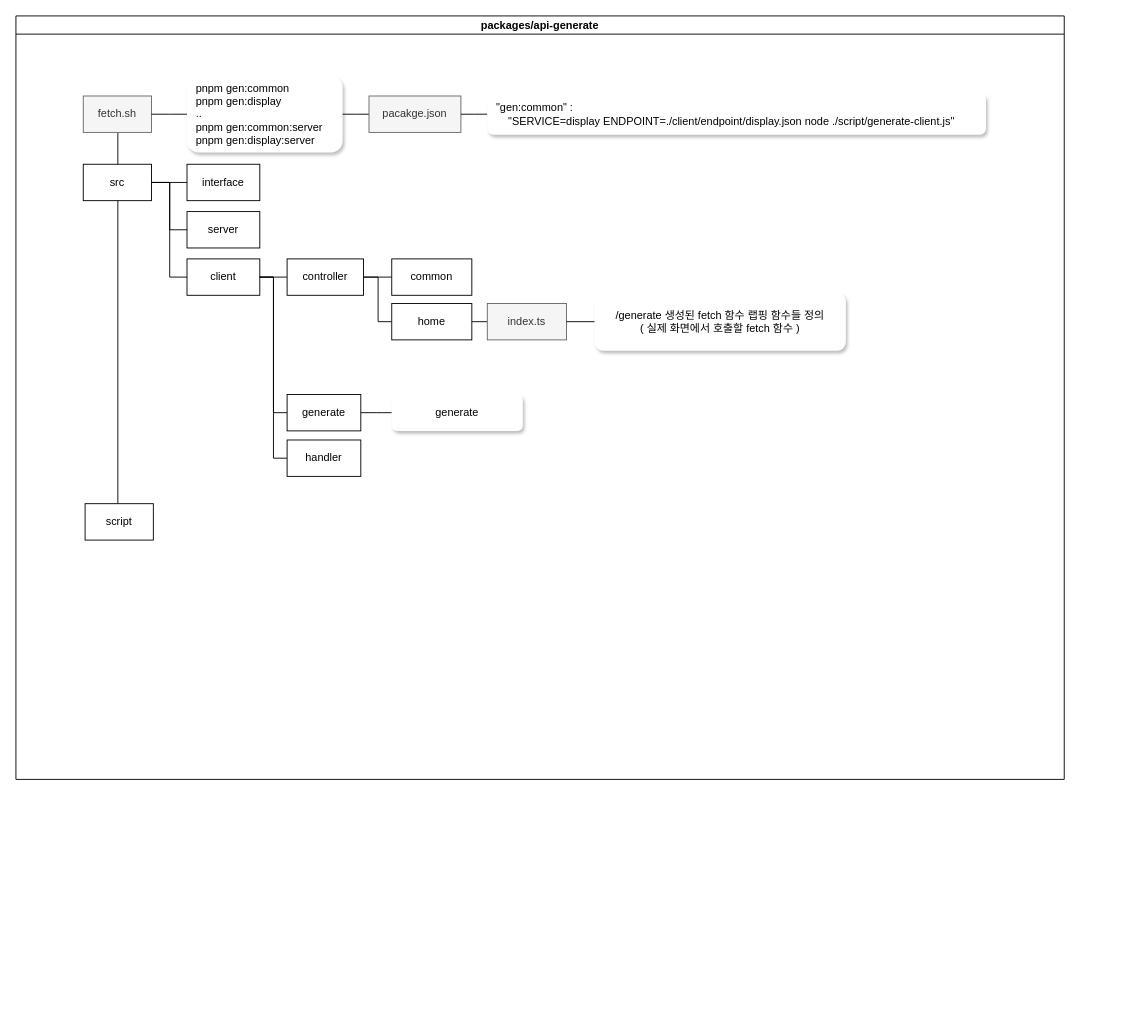
wddo/drawio keeps this draw.io diagram as openapi-generator-cli.drawio. Above is the earlier version. Source tidied: cells renumbered, new cells numbered last; positions are measured from the earlier drawing's top-left corner, leaving out a move shared by most shapes. Both pictures are drawn from the tidied source at 91%, with x=0, y=0 at pixel (15, 15).
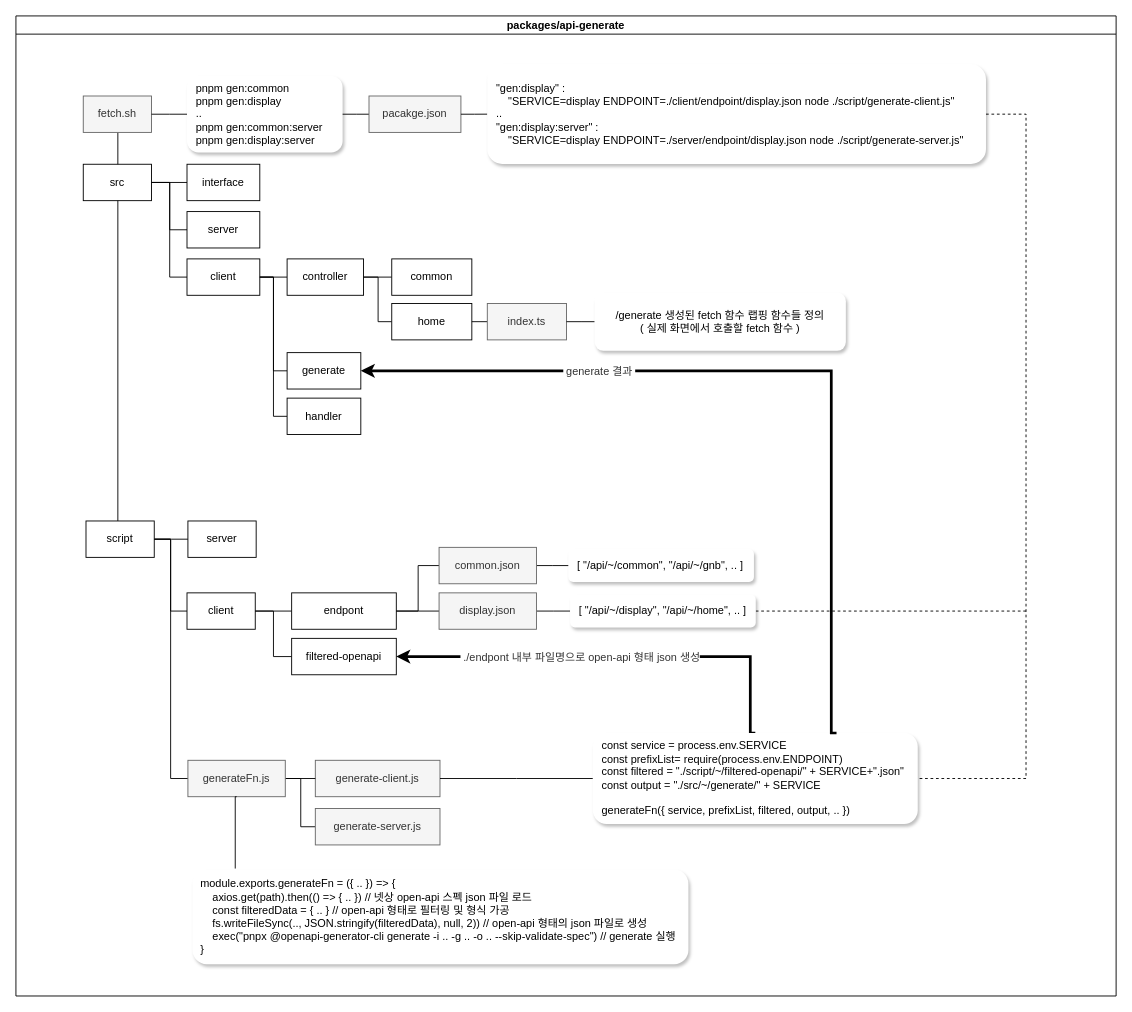
The same page after the edit.

The edit, as a diff of the source:
```diff
@@
-    <mxCell id="2" value="packages/api-generate" style="swimlane;startSize=20;horizontal=1;containerType=tree;" parent="1" vertex="1">
-      <mxGeometry width="1152" height="839" as="geometry" />
+    <mxCell id="2" value="packages/api-generate" style="swimlane;startSize=20;horizontal=1;containerType=tree;align=center;" parent="1" vertex="1">
+      <mxGeometry width="1209" height="1077" as="geometry" />
     </mxCell>
@@
     <mxCell id="13" value="generate" style="whiteSpace=wrap;html=1;newEdgeStyle={&quot;edgeStyle&quot;:&quot;elbowEdgeStyle&quot;,&quot;startArrow&quot;:&quot;none&quot;,&quot;endArrow&quot;:&quot;none&quot;};" parent="2" vertex="1">
-      <mxGeometry x="298" y="416" width="81" height="40" as="geometry" />
+      <mxGeometry x="298" y="370" width="81" height="40" as="geometry" />
     </mxCell>
@@
     <mxCell id="15" value="handler" style="whiteSpace=wrap;html=1;newEdgeStyle={&quot;edgeStyle&quot;:&quot;elbowEdgeStyle&quot;,&quot;startArrow&quot;:&quot;none&quot;,&quot;endArrow&quot;:&quot;none&quot;};" parent="2" vertex="1">
-      <mxGeometry x="298" y="466" width="81" height="40" as="geometry" />
+      <mxGeometry x="298" y="420" width="81" height="40" as="geometry" />
     </mxCell>
@@
-    <mxCell id="24" style="edgeStyle=elbowEdgeStyle;rounded=0;jettySize=auto;html=1;elbow=horizontal;startArrow=none;endArrow=none;" parent="2" edge="1" source="13" target="25">
-      <mxGeometry relative="1" as="geometry" />
-    </mxCell>
-    <mxCell id="25" value="generate" style="whiteSpace=wrap;html=1;newEdgeStyle={&quot;edgeStyle&quot;:&quot;elbowEdgeStyle&quot;,&quot;startArrow&quot;:&quot;none&quot;,&quot;endArrow&quot;:&quot;none&quot;};align=center;verticalAlign=middle;shadow=1;strokeColor=none;labelBorderColor=none;rounded=1;glass=0;" parent="2" vertex="1">
-      <mxGeometry x="413" y="416" width="144" height="40" as="geometry" />
-    </mxCell>
@@
+    <mxCell id="36" style="edgeStyle=elbowEdgeStyle;rounded=0;jettySize=auto;html=1;startArrow=none;endArrow=none;fontFamily=Helvetica;fontSize=12;fontColor=#333333;dashed=1;entryX=1;entryY=0.5;entryDx=0;entryDy=0;" parent="2" edge="1" source="33" target="65">
+      <mxGeometry relative="1" as="geometry">
+        <Array as="points">
+          <mxPoint x="1110" y="486" />
+        </Array>
+      </mxGeometry>
+    </mxCell>
-    <mxCell id="33" value="&quot;gen:common&quot; :&lt;div&gt;&amp;nbsp; &amp;nbsp; &quot;SERVICE=display ENDPOINT=./client/endpoint/display.json&amp;nbsp;&lt;span style=&quot;background-color: transparent; color: light-dark(rgb(0, 0, 0), rgb(255, 255, 255));&quot;&gt;node ./script/generate-client.js&quot;&lt;/span&gt;&lt;/div&gt;" style="whiteSpace=wrap;html=1;newEdgeStyle={&quot;edgeStyle&quot;:&quot;elbowEdgeStyle&quot;,&quot;startArrow&quot;:&quot;none&quot;,&quot;endArrow&quot;:&quot;none&quot;};align=left;verticalAlign=middle;shadow=1;strokeColor=none;labelBorderColor=none;rounded=1;glass=0;spacing=10;" parent="2" vertex="1">
-      <mxGeometry x="518" y="85.5" width="548" height="45" as="geometry" />
+    <mxCell id="33" value="&quot;gen:display&quot; :&lt;div&gt;&amp;nbsp; &amp;nbsp; &quot;SERVICE=display ENDPOINT=./client/endpoint/display.json&amp;nbsp;&lt;span style=&quot;background-color: transparent; color: light-dark(rgb(0, 0, 0), rgb(255, 255, 255));&quot;&gt;node ./script/generate-client.js&quot;&lt;/span&gt;&lt;/div&gt;&lt;div&gt;&lt;span style=&quot;background-color: transparent; color: light-dark(rgb(0, 0, 0), rgb(255, 255, 255));&quot;&gt;..&lt;/span&gt;&lt;/div&gt;&lt;div&gt;&quot;gen:display:server&quot; :&lt;div&gt;&amp;nbsp; &amp;nbsp; &quot;SERVICE=display ENDPOINT=./server/endpoint/display.json&amp;nbsp;&lt;span style=&quot;background-color: transparent; color: light-dark(rgb(0, 0, 0), rgb(255, 255, 255));&quot;&gt;node ./script/generate-server.js&quot;&lt;/span&gt;&lt;/div&gt;&lt;/div&gt;" style="whiteSpace=wrap;html=1;newEdgeStyle={&quot;edgeStyle&quot;:&quot;elbowEdgeStyle&quot;,&quot;startArrow&quot;:&quot;none&quot;,&quot;endArrow&quot;:&quot;none&quot;};align=left;verticalAlign=middle;shadow=1;strokeColor=none;labelBorderColor=none;rounded=1;glass=0;spacing=10;" parent="2" vertex="1">
+      <mxGeometry x="518" y="53.2" width="548" height="109.5" as="geometry" />
     </mxCell>
@@
+    <mxCell id="37" style="edgeStyle=elbowEdgeStyle;rounded=0;jettySize=auto;html=1;startArrow=none;endArrow=none;entryX=0;entryY=0.5;entryDx=0;entryDy=0;fontFamily=Helvetica;fontSize=12;fontColor=#333333;" parent="2" edge="1" source="35" target="50">
+      <mxGeometry relative="1" as="geometry">
+        <Array as="points">
+          <mxPoint x="170" y="643" />
+        </Array>
+      </mxGeometry>
+    </mxCell>
     <mxCell id="35" value="script" style="whiteSpace=wrap;html=1;newEdgeStyle={&quot;edgeStyle&quot;:&quot;elbowEdgeStyle&quot;,&quot;startArrow&quot;:&quot;none&quot;,&quot;endArrow&quot;:&quot;none&quot;};" parent="2" vertex="1">
-      <mxGeometry x="76" y="536" width="75" height="40" as="geometry" />
+      <mxGeometry x="77" y="555" width="75" height="40" as="geometry" />
     </mxCell>
+    <mxCell id="38" style="edgeStyle=elbowEdgeStyle;rounded=0;jettySize=auto;html=1;elbow=horizontal;startArrow=none;endArrow=none;" parent="2" edge="1" source="35" target="39">
+      <mxGeometry relative="1" as="geometry" />
+    </mxCell>
+    <mxCell id="39" value="server" style="whiteSpace=wrap;html=1;newEdgeStyle={&quot;edgeStyle&quot;:&quot;elbowEdgeStyle&quot;,&quot;startArrow&quot;:&quot;none&quot;,&quot;endArrow&quot;:&quot;none&quot;};fillStyle=hatch;" parent="2" vertex="1">
+      <mxGeometry x="189" y="555" width="75" height="40" as="geometry" />
+    </mxCell>
+    <mxCell id="40" style="edgeStyle=elbowEdgeStyle;rounded=0;jettySize=auto;html=1;elbow=horizontal;startArrow=none;endArrow=none;" parent="2" edge="1" source="35" target="41">
+      <mxGeometry relative="1" as="geometry" />
+    </mxCell>
+    <mxCell id="41" value="client" style="whiteSpace=wrap;html=1;newEdgeStyle={&quot;edgeStyle&quot;:&quot;elbowEdgeStyle&quot;,&quot;startArrow&quot;:&quot;none&quot;,&quot;endArrow&quot;:&quot;none&quot;};" parent="2" vertex="1">
+      <mxGeometry x="188" y="634" width="75" height="40" as="geometry" />
+    </mxCell>
+    <mxCell id="42" style="edgeStyle=elbowEdgeStyle;rounded=0;jettySize=auto;html=1;elbow=horizontal;startArrow=none;endArrow=none;" parent="2" edge="1" source="41" target="43">
+      <mxGeometry relative="1" as="geometry" />
+    </mxCell>
+    <mxCell id="43" value="endpont" style="whiteSpace=wrap;html=1;newEdgeStyle={&quot;edgeStyle&quot;:&quot;elbowEdgeStyle&quot;,&quot;startArrow&quot;:&quot;none&quot;,&quot;endArrow&quot;:&quot;none&quot;};" parent="2" vertex="1">
+      <mxGeometry x="303" y="634" width="115" height="40" as="geometry" />
+    </mxCell>
+    <mxCell id="44" style="edgeStyle=elbowEdgeStyle;rounded=0;jettySize=auto;html=1;elbow=horizontal;startArrow=none;endArrow=none;" parent="2" edge="1" source="41" target="45">
+      <mxGeometry relative="1" as="geometry" />
+    </mxCell>
+    <mxCell id="45" value="filtered-openapi" style="whiteSpace=wrap;html=1;newEdgeStyle={&quot;edgeStyle&quot;:&quot;elbowEdgeStyle&quot;,&quot;startArrow&quot;:&quot;none&quot;,&quot;endArrow&quot;:&quot;none&quot;};" parent="2" vertex="1">
+      <mxGeometry x="303" y="684" width="115" height="40" as="geometry" />
+    </mxCell>
+    <mxCell id="46" value="generate-client.js" style="whiteSpace=wrap;html=1;newEdgeStyle={&quot;edgeStyle&quot;:&quot;elbowEdgeStyle&quot;,&quot;startArrow&quot;:&quot;none&quot;,&quot;endArrow&quot;:&quot;none&quot;};fillColor=#f5f5f5;fontColor=#333333;strokeColor=#666666;" parent="2" vertex="1">
+      <mxGeometry x="329" y="818" width="137" height="40" as="geometry" />
+    </mxCell>
+    <mxCell id="47" style="edgeStyle=elbowEdgeStyle;rounded=0;jettySize=auto;html=1;startArrow=none;endArrow=none;exitX=0;exitY=0.5;exitDx=0;exitDy=0;entryX=1;entryY=0.5;entryDx=0;entryDy=0;fontFamily=Helvetica;fontSize=12;fontColor=#333333;" parent="2" edge="1" source="48" target="50">
+      <mxGeometry relative="1" as="geometry" />
+    </mxCell>
+    <mxCell id="48" value="generate-server.js" style="whiteSpace=wrap;html=1;newEdgeStyle={&quot;edgeStyle&quot;:&quot;elbowEdgeStyle&quot;,&quot;startArrow&quot;:&quot;none&quot;,&quot;endArrow&quot;:&quot;none&quot;};fillColor=#f5f5f5;fontColor=#333333;strokeColor=#666666;" parent="2" vertex="1">
+      <mxGeometry x="329" y="871" width="137" height="40" as="geometry" />
+    </mxCell>
+    <mxCell id="49" style="edgeStyle=elbowEdgeStyle;rounded=0;jettySize=auto;html=1;startArrow=none;endArrow=none;entryX=0;entryY=0.5;entryDx=0;entryDy=0;fontFamily=Helvetica;fontSize=12;fontColor=#333333;" parent="2" edge="1" source="50" target="46">
+      <mxGeometry relative="1" as="geometry" />
+    </mxCell>
+    <mxCell id="50" value="generateFn.js" style="whiteSpace=wrap;html=1;newEdgeStyle={&quot;edgeStyle&quot;:&quot;elbowEdgeStyle&quot;,&quot;startArrow&quot;:&quot;none&quot;,&quot;endArrow&quot;:&quot;none&quot;};fillColor=#f5f5f5;fontColor=#333333;strokeColor=#666666;" parent="2" vertex="1">
+      <mxGeometry x="189" y="818" width="107" height="40" as="geometry" />
+    </mxCell>
+    <mxCell id="51" value="&lt;div style=&quot;&quot;&gt;&lt;span style=&quot;background-color: transparent; color: light-dark(rgb(0, 0, 0), rgb(255, 255, 255));&quot;&gt;module.exports.generateFn = ({ .. }) =&amp;gt; {&lt;/span&gt;&lt;/div&gt;&lt;div style=&quot;&quot;&gt;&lt;span style=&quot;background-color: transparent; color: light-dark(rgb(0, 0, 0), rgb(255, 255, 255));&quot;&gt;&amp;nbsp; &amp;nbsp; axios.get(path).then(() =&amp;gt; { .. }) // 넷상 open-api 스펙 json 파일 로드&lt;/span&gt;&lt;/div&gt;&lt;div style=&quot;&quot;&gt;&lt;span style=&quot;background-color: transparent; color: light-dark(rgb(0, 0, 0), rgb(255, 255, 255));&quot;&gt;&amp;nbsp; &amp;nbsp; const filteredData = { .. } // open-api 형태로 필터링 및 형식 가공&lt;/span&gt;&lt;/div&gt;&lt;div style=&quot;&quot;&gt;&lt;span style=&quot;background-color: transparent; color: light-dark(rgb(0, 0, 0), rgb(255, 255, 255));&quot;&gt;&amp;nbsp; &amp;nbsp; fs.writeFileSync(.., JSON.stringify(&lt;/span&gt;filteredData&lt;span style=&quot;background-color: transparent; color: light-dark(rgb(0, 0, 0), rgb(255, 255, 255));&quot;&gt;), null, 2)) // open-api 형태의 json 파일로 생성&lt;/span&gt;&lt;/div&gt;&lt;div style=&quot;&quot;&gt;&amp;nbsp; &amp;nbsp; exec(&quot;pnpx @openapi-generator-cli generate -i .. -g .. -o .. --skip-validate-spec&quot;) // generate 실행&lt;/div&gt;&lt;div style=&quot;&quot;&gt;}&lt;/div&gt;" style="whiteSpace=wrap;html=1;newEdgeStyle={&quot;edgeStyle&quot;:&quot;elbowEdgeStyle&quot;,&quot;startArrow&quot;:&quot;none&quot;,&quot;endArrow&quot;:&quot;none&quot;};align=left;verticalAlign=middle;shadow=1;strokeColor=none;labelBorderColor=none;rounded=1;glass=0;spacing=9;" parent="2" vertex="1">
+      <mxGeometry x="194" y="938" width="545" height="104" as="geometry" />
+    </mxCell>
+    <mxCell id="52" value="[&amp;nbsp;&lt;span style=&quot;background-color: transparent; color: light-dark(rgb(0, 0, 0), rgb(255, 255, 255));&quot;&gt;&quot;/api/~/common&lt;/span&gt;&lt;span style=&quot;background-color: transparent; color: light-dark(rgb(0, 0, 0), rgb(255, 255, 255));&quot;&gt;&quot;, &quot;/api/~/gnb&quot;, .. ]&lt;/span&gt;" style="whiteSpace=wrap;html=1;newEdgeStyle={&quot;edgeStyle&quot;:&quot;elbowEdgeStyle&quot;,&quot;startArrow&quot;:&quot;none&quot;,&quot;endArrow&quot;:&quot;none&quot;};align=left;verticalAlign=middle;shadow=1;strokeColor=none;labelBorderColor=none;rounded=1;glass=0;spacing=10;" parent="2" vertex="1">
+      <mxGeometry x="607" y="586" width="204" height="36" as="geometry" />
+    </mxCell>
+    <mxCell id="53" style="edgeStyle=elbowEdgeStyle;rounded=0;jettySize=auto;html=1;elbow=horizontal;startArrow=none;endArrow=none;" parent="2" edge="1" source="43" target="55">
+      <mxGeometry relative="1" as="geometry" />
+    </mxCell>
+    <mxCell id="54" style="edgeStyle=elbowEdgeStyle;rounded=0;jettySize=auto;html=1;startArrow=none;endArrow=none;exitX=1;exitY=0.5;exitDx=0;exitDy=0;entryX=0;entryY=0.5;entryDx=0;entryDy=0;fontFamily=Helvetica;fontSize=12;fontColor=#333333;" parent="2" edge="1" source="55" target="52">
+      <mxGeometry relative="1" as="geometry" />
+    </mxCell>
+    <mxCell id="55" value="common.json" style="whiteSpace=wrap;html=1;newEdgeStyle={&quot;edgeStyle&quot;:&quot;elbowEdgeStyle&quot;,&quot;startArrow&quot;:&quot;none&quot;,&quot;endArrow&quot;:&quot;none&quot;};fillColor=#f5f5f5;fontColor=#333333;strokeColor=#666666;" parent="2" vertex="1">
+      <mxGeometry x="465" y="584" width="107" height="40" as="geometry" />
+    </mxCell>
+    <mxCell id="56" style="edgeStyle=elbowEdgeStyle;rounded=0;jettySize=auto;html=1;elbow=horizontal;startArrow=none;endArrow=none;" parent="2" edge="1" source="43" target="58">
+      <mxGeometry relative="1" as="geometry" />
+    </mxCell>
+    <mxCell id="57" style="edgeStyle=elbowEdgeStyle;rounded=0;jettySize=auto;html=1;startArrow=none;endArrow=none;exitX=1;exitY=0.5;exitDx=0;exitDy=0;fontFamily=Helvetica;fontSize=12;fontColor=#333333;" parent="2" edge="1" source="58" target="60">
+      <mxGeometry relative="1" as="geometry" />
+    </mxCell>
+    <mxCell id="58" value="display.json" style="whiteSpace=wrap;html=1;newEdgeStyle={&quot;edgeStyle&quot;:&quot;elbowEdgeStyle&quot;,&quot;startArrow&quot;:&quot;none&quot;,&quot;endArrow&quot;:&quot;none&quot;};fillColor=#f5f5f5;fontColor=#333333;strokeColor=#666666;" parent="2" vertex="1">
+      <mxGeometry x="465" y="634" width="107" height="40" as="geometry" />
+    </mxCell>
+    <mxCell id="59" style="edgeStyle=elbowEdgeStyle;rounded=0;jettySize=auto;html=1;startArrow=none;endArrow=none;fontFamily=Helvetica;fontSize=12;fontColor=#333333;dashed=1;" parent="2" edge="1" source="60">
+      <mxGeometry relative="1" as="geometry">
+        <mxPoint x="1110" y="654" as="targetPoint" />
+      </mxGeometry>
+    </mxCell>
+    <mxCell id="60" value="[&amp;nbsp;&lt;span style=&quot;background-color: transparent; color: light-dark(rgb(0, 0, 0), rgb(255, 255, 255));&quot;&gt;&quot;/api/~/display&lt;/span&gt;&lt;span style=&quot;background-color: transparent; color: light-dark(rgb(0, 0, 0), rgb(255, 255, 255));&quot;&gt;&quot;, &quot;/api/~/home&quot;, .. ]&lt;/span&gt;" style="whiteSpace=wrap;html=1;newEdgeStyle={&quot;edgeStyle&quot;:&quot;elbowEdgeStyle&quot;,&quot;startArrow&quot;:&quot;none&quot;,&quot;endArrow&quot;:&quot;none&quot;};align=left;verticalAlign=middle;shadow=1;strokeColor=none;labelBorderColor=none;rounded=1;glass=0;spacing=10;" parent="2" vertex="1">
+      <mxGeometry x="609" y="636" width="204" height="36" as="geometry" />
+    </mxCell>
+    <mxCell id="61" style="edgeStyle=elbowEdgeStyle;rounded=0;jettySize=auto;html=1;startArrow=none;endArrow=none;exitX=0.5;exitY=1;exitDx=0;exitDy=0;entryX=0.085;entryY=-0.01;entryDx=0;entryDy=0;entryPerimeter=0;fontFamily=Helvetica;fontSize=12;fontColor=#333333;" parent="2" edge="1" source="50" target="51">
+      <mxGeometry relative="1" as="geometry" />
+    </mxCell>
+    <mxCell id="62" style="edgeStyle=elbowEdgeStyle;rounded=0;jettySize=auto;html=1;startArrow=none;endArrow=none;exitX=0;exitY=0.5;exitDx=0;exitDy=0;entryX=1;entryY=0.5;entryDx=0;entryDy=0;fontFamily=Helvetica;fontSize=12;fontColor=#333333;" parent="2" edge="1" source="65" target="46">
+      <mxGeometry relative="1" as="geometry" />
+    </mxCell>
+    <mxCell id="63" style="edgeStyle=elbowEdgeStyle;rounded=0;jettySize=auto;html=1;startArrow=none;endArrow=classic;entryX=1;entryY=0.5;entryDx=0;entryDy=0;fontFamily=Helvetica;fontSize=12;fontColor=#333333;strokeWidth=3;endFill=1;exitX=0.5;exitY=0;exitDx=0;exitDy=0;" parent="2" edge="1" source="65" target="45">
+      <mxGeometry relative="1" as="geometry">
+        <Array as="points">
+          <mxPoint x="807" y="737" />
+        </Array>
+      </mxGeometry>
+    </mxCell>
+    <mxCell id="64" value="&amp;nbsp;./endpont 내부&amp;nbsp;파일명으로 open-api 형태 json 생성" style="edgeLabel;html=1;align=center;verticalAlign=middle;strokeColor=#666666;fontFamily=Helvetica;fontSize=12;fontColor=#333333;fillColor=#f5f5f5;" parent="63" vertex="1">
+      <mxGeometry x="0.15" y="2" relative="1" as="geometry">
+        <mxPoint x="-2" y="-2" as="offset" />
+      </mxGeometry>
+    </mxCell>
+    <mxCell id="65" value="&lt;div&gt;const service = process.env.SERVICE&lt;/div&gt;&lt;div&gt;const prefixList= require(process.env.ENDPOINT)&lt;/div&gt;&lt;div&gt;const filtered = &quot;./script/~/filtered-openapi/&quot; + SERVICE+&quot;.json&quot;&lt;/div&gt;&lt;div&gt;const output = &quot;./src/~/generate/&quot; + SERVICE&lt;/div&gt;&lt;div&gt;&lt;br&gt;&lt;div&gt;generateFn({ service, prefixList, filtered&lt;span style=&quot;background-color: transparent; color: light-dark(rgb(0, 0, 0), rgb(255, 255, 255));&quot;&gt;, output,&amp;nbsp;&lt;/span&gt;&lt;span style=&quot;background-color: transparent; color: light-dark(rgb(0, 0, 0), rgb(255, 255, 255));&quot;&gt;.. })&lt;/span&gt;&lt;/div&gt;&lt;/div&gt;" style="whiteSpace=wrap;html=1;newEdgeStyle={&quot;edgeStyle&quot;:&quot;elbowEdgeStyle&quot;,&quot;startArrow&quot;:&quot;none&quot;,&quot;endArrow&quot;:&quot;none&quot;};align=left;verticalAlign=middle;shadow=1;strokeColor=none;labelBorderColor=none;rounded=1;glass=0;spacing=10;" parent="2" vertex="1">
+      <mxGeometry x="634" y="788" width="357" height="100" as="geometry" />
+    </mxCell>
+    <mxCell id="66" style="edgeStyle=elbowEdgeStyle;rounded=0;jettySize=auto;html=1;startArrow=none;endArrow=classic;entryX=1;entryY=0.5;entryDx=0;entryDy=0;fontFamily=Helvetica;fontSize=12;fontColor=#333333;strokeWidth=3;endFill=1;exitX=0.75;exitY=0;exitDx=0;exitDy=0;" parent="2" edge="1" source="65" target="13">
+      <mxGeometry relative="1" as="geometry">
+        <Array as="points">
+          <mxPoint x="896" y="589" />
+        </Array>
+      </mxGeometry>
+    </mxCell>
+    <mxCell id="67" value="&amp;nbsp;generate 결과&amp;nbsp;" style="edgeLabel;html=1;align=center;verticalAlign=middle;strokeColor=#666666;fontFamily=Helvetica;fontSize=12;fontColor=#333333;fillColor=#f5f5f5;" parent="66" vertex="1">
+      <mxGeometry x="0.15" y="2" relative="1" as="geometry">
+        <mxPoint x="-130" y="-2" as="offset" />
+      </mxGeometry>
+    </mxCell>
```
